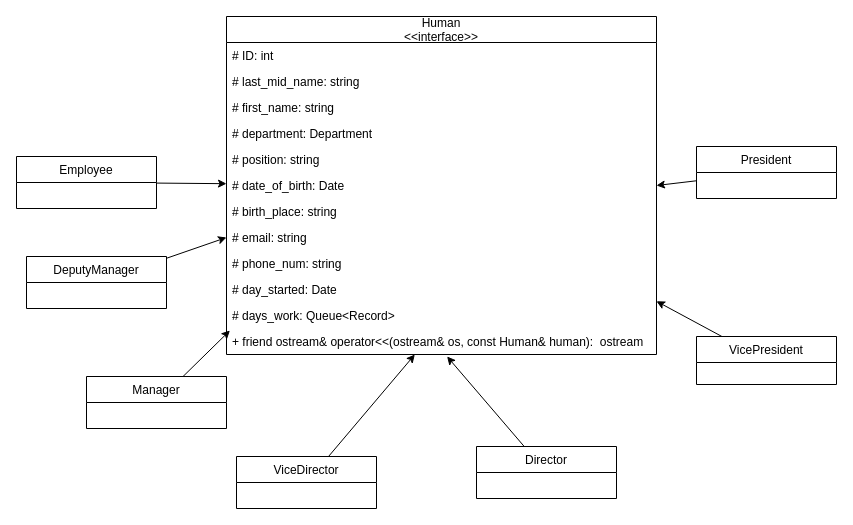
Bronstein0x113c1c3/CS255 keeps this draw.io diagram as UML_Class/Human.drawio. Above is the earlier version. Source tidied: cells renumbered, new cells numbered last; positions are measured from the earlier drawing's top-left corner, leaving out a move shared by most shapes. Both pictures are drawn from the tidied source at 100%, with x=0, y=0 at pixel (16, 16).
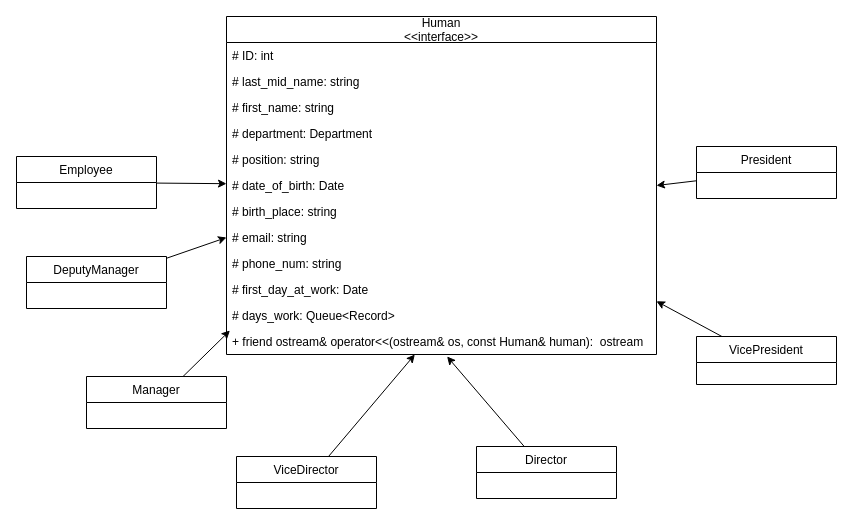
The same page after the edit.

Unchanged cells that the change refers to:
```xml
<mxCell id="2" value="Human&#10;&lt;&lt;interface&gt;&gt;" style="swimlane;fontStyle=0;horizontal=1;startSize=26;fillColor=none;" parent="1" vertex="1">
  <mxGeometry x="210" width="430" height="338" as="geometry" />
</mxCell>
```

Diff of the diagram source:
```diff
@@
-    <mxCell id="12" value="# day_started: Date" style="text;strokeColor=none;fillColor=none;align=left;verticalAlign=top;spacingLeft=4;spacingRight=4;overflow=hidden;" parent="2" vertex="1">
+    <mxCell id="12" value="# first_day_at_work: Date" style="text;strokeColor=none;fillColor=none;align=left;verticalAlign=top;spacingLeft=4;spacingRight=4;overflow=hidden;" parent="2" vertex="1">
       <mxGeometry y="260" width="430" height="26" as="geometry" />
     </mxCell>
```
